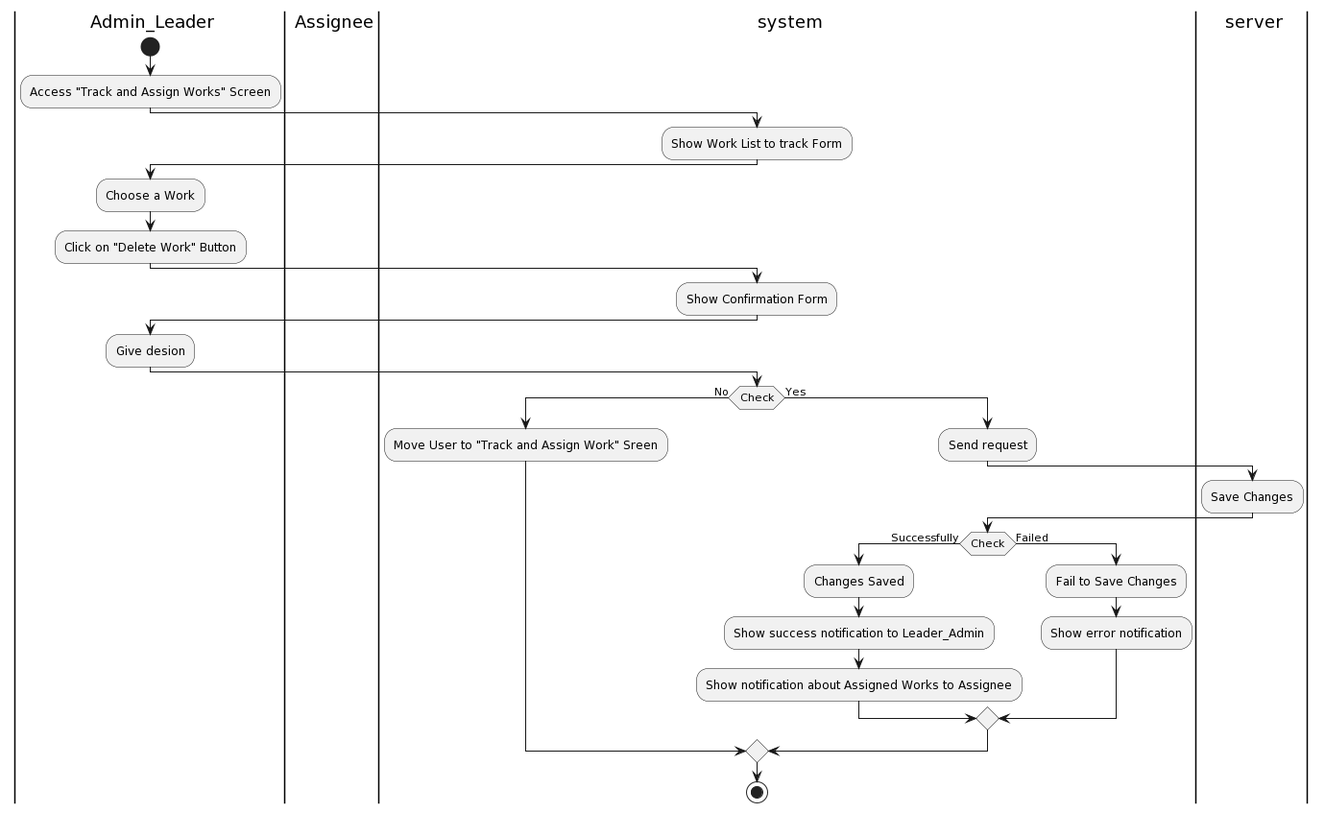
Before: Lab1/Lab1.2/Activity Diagram/TrackingandProcessingofwork/TrackandAssignWorks/CURDWork/DeleteWork/DeleteWork.png, a diagram exported from PlantUML (khoapham1003/SE357-Pratice-class).
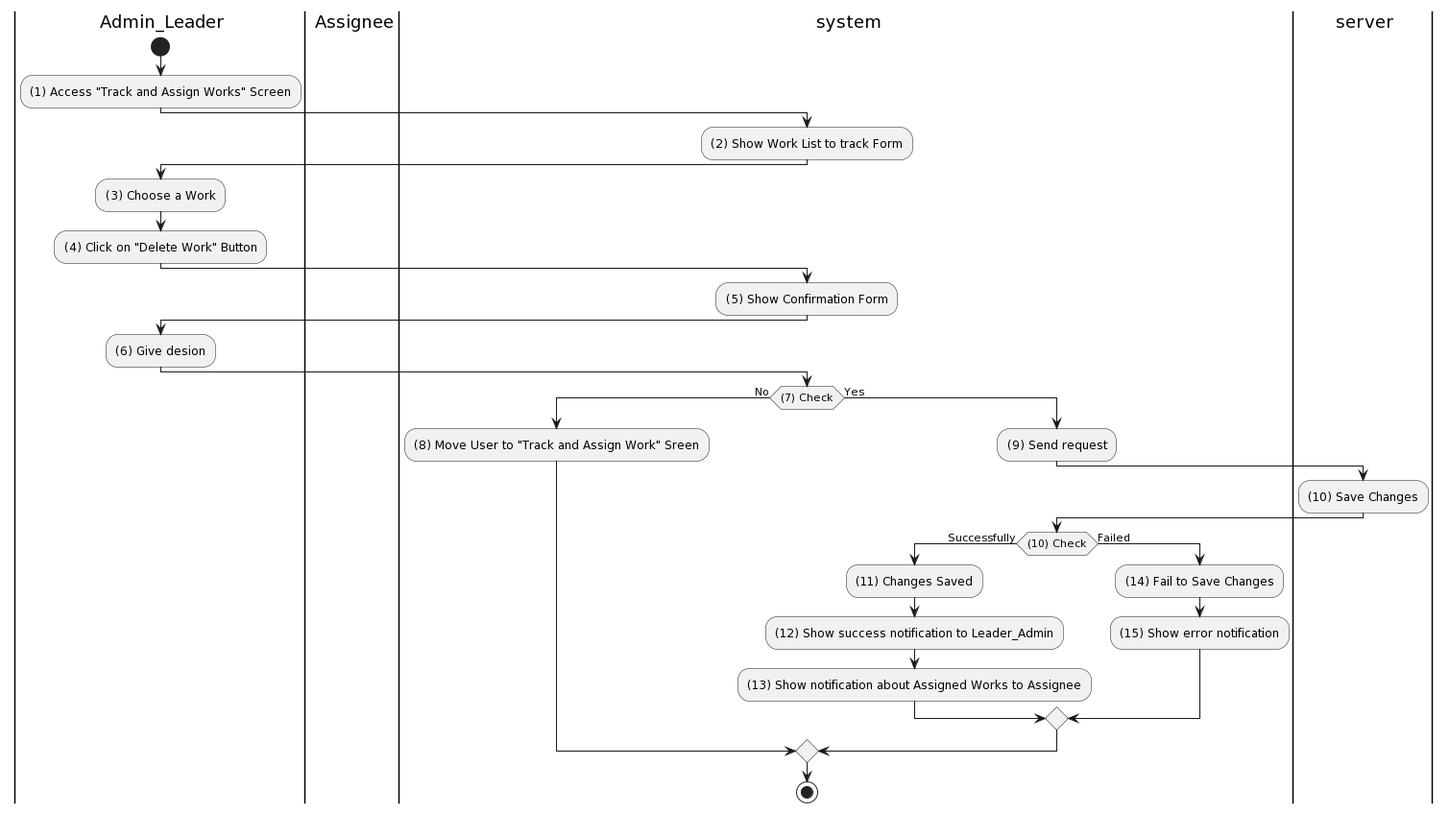
Above is the later version.

Diff of the diagram source:
```diff
@@ -5,32 +5,31 @@
 |ser| server
 |a|
 start
-:Access "Track and Assign Works" Screen;
+:(1) Access "Track and Assign Works" Screen;
 |sys|
-:Show Work List to track Form;
+:(2) Show Work List to track Form;
 |a|
-:Choose a Work;
-:Click on "Delete Work" Button;
+:(3) Choose a Work;
+:(4) Click on "Delete Work" Button;
 |sys|
-:Show Confirmation Form;
+:(5) Show Confirmation Form;
 |a|
-:Give desion;
+:(6) Give desion;
 |sys|
-if (Check) then (No)
-:Move User to "Track and Assign Work" Sreen;
+if ((7) Check) then (No)
+:(8) Move User to "Track and Assign Work" Sreen;
 else (Yes)
+:(9) Send request;
+|ser|
+:(10) Save Changes;
 |sys|
-:Send request;
-|ser|
-:Save Changes;
-|sys|
-if(Check) then (Successfully)
-:Changes Saved;
-:Show success notification to Leader_Admin;
-:Show notification about Assigned Works to Assignee;
+if((10) Check) then (Successfully)
+:(11) Changes Saved;
+:(12) Show success notification to Leader_Admin;
+:(13) Show notification about Assigned Works to Assignee;
 else (Failed)
-:Fail to Save Changes;
-:Show error notification;
+:(14) Fail to Save Changes;
+:(15) Show error notification;
 endif
 endif
 stop
```
